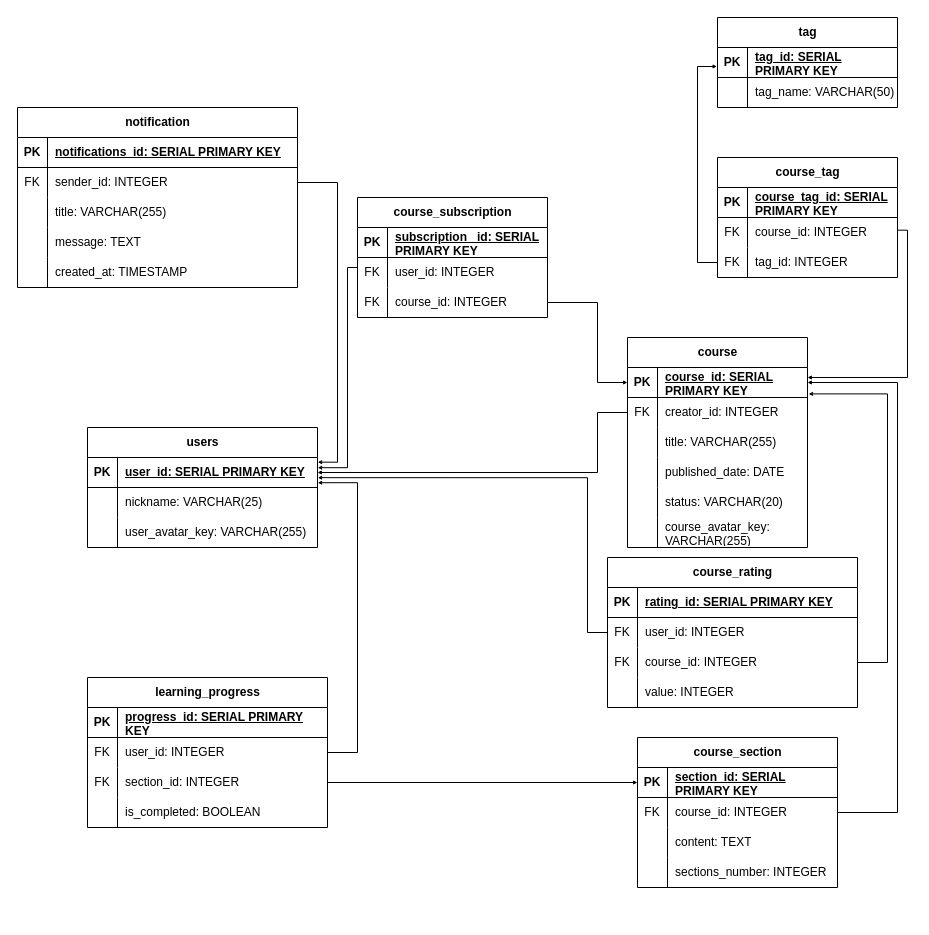
Earlier version of the draw.io diagram diagrams/Физическая модель базы данных (Physical database model)/Физическая модель БД.drawio (sahland/9.5-Team). Source tidied: cells renumbered, new cells numbered last; positions are measured from the earlier drawing's top-left corner, leaving out a move shared by most shapes. Both pictures are drawn from the tidied source at 100%, with x=0, y=0 at pixel (17, 17).
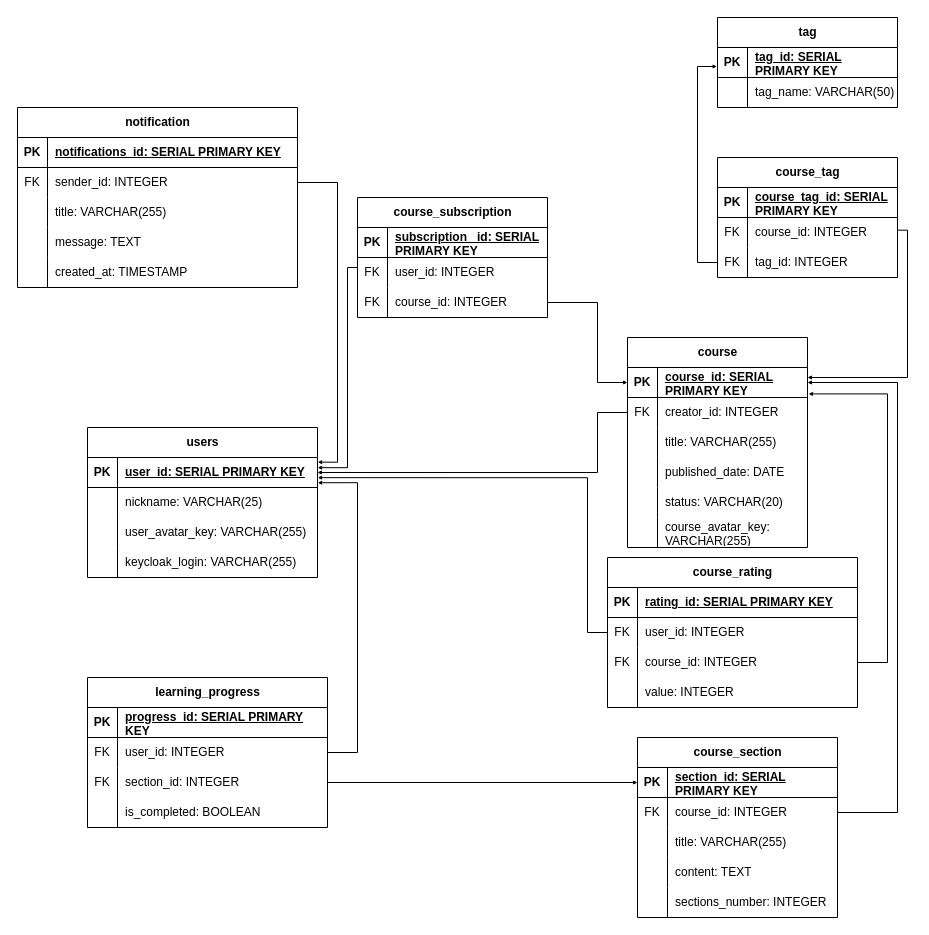
Above is the later version.

The edit, as a diff of the source:
```diff
@@
     <mxCell id="2" value="users" style="shape=table;startSize=30;childLayout=tableLayout;rowLines=0;fontStyle=1;align=center;html=1;" parent="1" vertex="1">
-      <mxGeometry x="70" y="410" width="230" height="120" as="geometry" />
+      <mxGeometry x="70" y="410" width="230" height="150" as="geometry" />
     </mxCell>
@@
+    <mxCell id="124" style="shape=tableRow;horizontal=0;startSize=0;swimlaneHead=0;swimlaneBody=0;fillColor=none;top=0;left=0;right=0;bottom=0;" parent="2" vertex="1">
+      <mxGeometry y="120" width="230" height="30" as="geometry" />
+    </mxCell>
+    <mxCell id="125" style="shape=partialRectangle;fillColor=none;top=0;left=0;bottom=0;right=0;overflow=hidden;whiteSpace=wrap;html=1;" parent="124" vertex="1">
+      <mxGeometry width="30" height="30" as="geometry" />
+    </mxCell>
+    <mxCell id="126" value="keycloak_login: VARCHAR(255)" style="shape=partialRectangle;fillColor=none;top=0;left=0;bottom=0;right=0;align=left;spacingLeft=6;overflow=hidden;whiteSpace=wrap;html=1;" parent="124" vertex="1">
+      <mxGeometry x="30" width="200" height="30" as="geometry" />
+    </mxCell>
@@
     <mxCell id="31" value="course_section" style="shape=table;startSize=30;childLayout=tableLayout;rowLines=0;fontStyle=1;align=center;html=1;" parent="1" vertex="1">
-      <mxGeometry x="620" y="720" width="200" height="150" as="geometry" />
+      <mxGeometry x="620" y="720" width="200" height="180" as="geometry" />
     </mxCell>
@@
+    <mxCell id="127" style="shape=tableRow;horizontal=0;startSize=0;swimlaneHead=0;swimlaneBody=0;fillColor=none;top=0;left=0;right=0;bottom=0;" parent="31" vertex="1">
+      <mxGeometry y="90" width="200" height="30" as="geometry" />
+    </mxCell>
+    <mxCell id="128" style="shape=partialRectangle;fillColor=none;top=0;left=0;bottom=0;right=0;overflow=hidden;whiteSpace=wrap;html=1;" parent="127" vertex="1">
+      <mxGeometry width="30" height="30" as="geometry" />
+    </mxCell>
+    <mxCell id="129" value="title: VARCHAR(255)" style="shape=partialRectangle;fillColor=none;top=0;left=0;bottom=0;right=0;align=left;spacingLeft=6;overflow=hidden;whiteSpace=wrap;html=1;" parent="127" vertex="1">
+      <mxGeometry x="30" width="170" height="30" as="geometry" />
+    </mxCell>
     <mxCell id="38" style="shape=tableRow;horizontal=0;startSize=0;swimlaneHead=0;swimlaneBody=0;fillColor=none;top=0;left=0;right=0;bottom=0;" parent="31" vertex="1">
-      <mxGeometry y="90" width="200" height="30" as="geometry" />
+      <mxGeometry y="120" width="200" height="30" as="geometry" />
     </mxCell>
@@
     <mxCell id="41" style="shape=tableRow;horizontal=0;startSize=0;swimlaneHead=0;swimlaneBody=0;fillColor=none;top=0;left=0;right=0;bottom=0;" parent="31" vertex="1">
-      <mxGeometry y="120" width="200" height="30" as="geometry" />
+      <mxGeometry y="150" width="200" height="30" as="geometry" />
     </mxCell>
```
